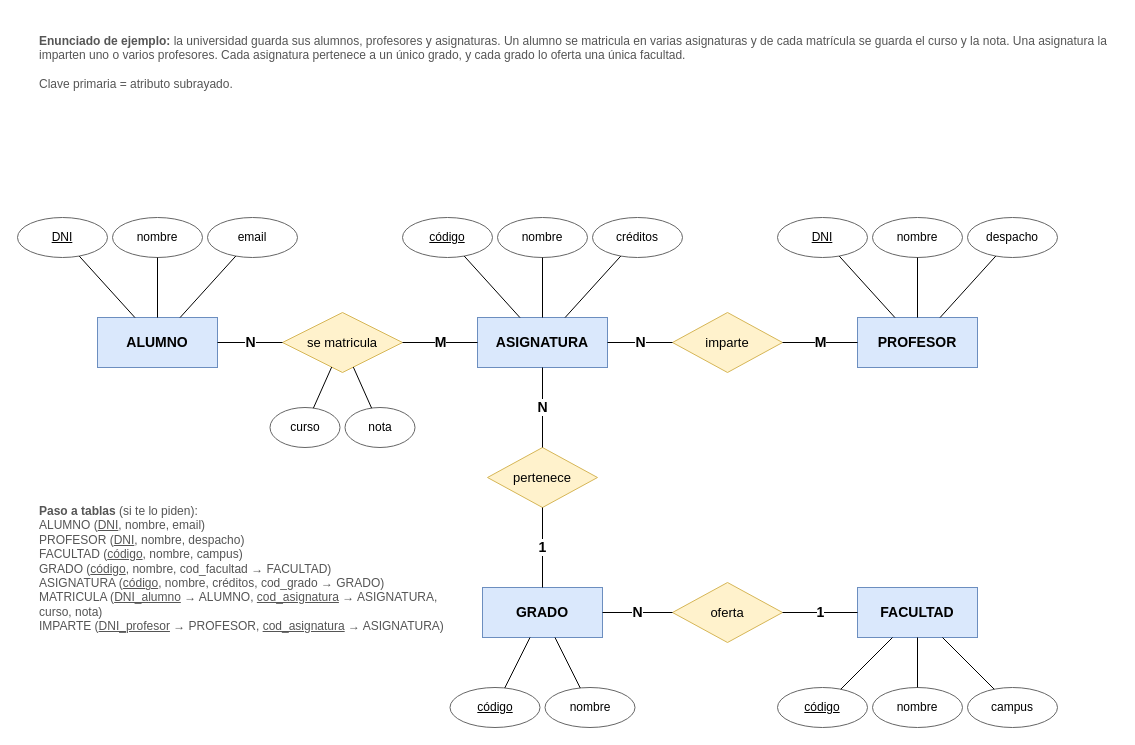
Above: diagramas/ejemplo-er-universidad.drawio in fran1234567890javier-art/practica2-latex (draw.io), before the change. Source tidied: cells renumbered, new cells numbered last; positions are measured from the earlier drawing's top-left corner, leaving out a move shared by most shapes. Both pictures are drawn from the tidied source at 100%, with x=0, y=0 at pixel (17, 27).
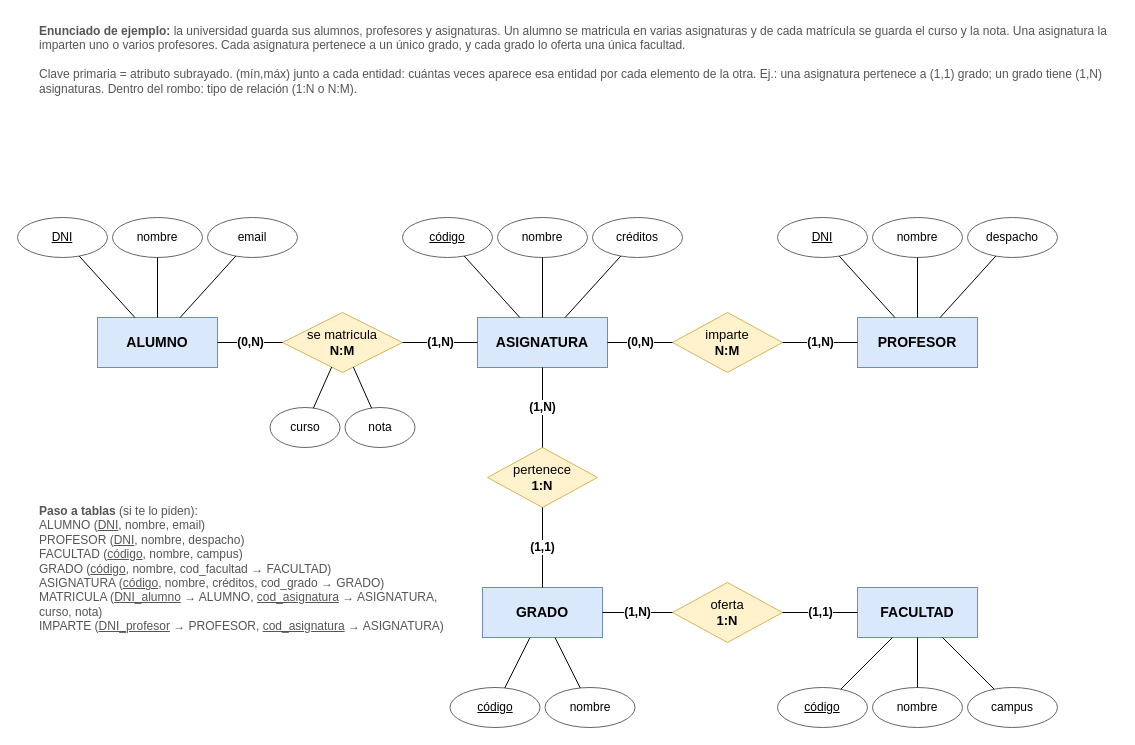
The same page after the edit.

Commit message (it also covers changes not shown here):
Diagramas E-R: cardinalidades con notación (mín,máx)

Unchanged cells that the change refers to:
```xml
<mxCell id="2" value="ALUMNO" style="rounded=0;whiteSpace=wrap;html=1;fillColor=#dae8fc;strokeColor=#6c8ebf;fontStyle=1;fontSize=14;" parent="1" vertex="1">
  <mxGeometry x="80" y="290" width="120" height="50" as="geometry" />
</mxCell>
<mxCell id="4" value="ASIGNATURA" style="rounded=0;whiteSpace=wrap;html=1;fillColor=#dae8fc;strokeColor=#6c8ebf;fontStyle=1;fontSize=14;" parent="1" vertex="1">
  <mxGeometry x="460" y="290" width="130" height="50" as="geometry" />
</mxCell>
<mxCell id="6" value="PROFESOR" style="rounded=0;whiteSpace=wrap;html=1;fillColor=#dae8fc;strokeColor=#6c8ebf;fontStyle=1;fontSize=14;" parent="1" vertex="1">
  <mxGeometry x="840" y="290" width="120" height="50" as="geometry" />
</mxCell>
<mxCell id="8" value="GRADO" style="rounded=0;whiteSpace=wrap;html=1;fillColor=#dae8fc;strokeColor=#6c8ebf;fontStyle=1;fontSize=14;" parent="1" vertex="1">
  <mxGeometry x="465" y="560" width="120" height="50" as="geometry" />
</mxCell>
<mxCell id="10" value="FACULTAD" style="rounded=0;whiteSpace=wrap;html=1;fillColor=#dae8fc;strokeColor=#6c8ebf;fontStyle=1;fontSize=14;" parent="1" vertex="1">
  <mxGeometry x="840" y="560" width="120" height="50" as="geometry" />
</mxCell>
```

The edit, as a diff of the source:
```diff
@@
-    <mxCell id="3" value="se matricula" style="rhombus;whiteSpace=wrap;html=1;fillColor=#fff2cc;strokeColor=#d6b656;fontSize=13;" parent="1" vertex="1">
+    <mxCell id="3" value="se matricula&lt;br&gt;&lt;b&gt;N:M&lt;/b&gt;" style="rhombus;whiteSpace=wrap;html=1;fillColor=#fff2cc;strokeColor=#d6b656;fontSize=13;" parent="1" vertex="1">
       <mxGeometry x="265" y="285" width="120" height="60" as="geometry" />
     </mxCell>
@@
-    <mxCell id="5" value="imparte" style="rhombus;whiteSpace=wrap;html=1;fillColor=#fff2cc;strokeColor=#d6b656;fontSize=13;" parent="1" vertex="1">
+    <mxCell id="5" value="imparte&lt;br&gt;&lt;b&gt;N:M&lt;/b&gt;" style="rhombus;whiteSpace=wrap;html=1;fillColor=#fff2cc;strokeColor=#d6b656;fontSize=13;" parent="1" vertex="1">
       <mxGeometry x="655" y="285" width="110" height="60" as="geometry" />
     </mxCell>
@@
-    <mxCell id="7" value="pertenece" style="rhombus;whiteSpace=wrap;html=1;fillColor=#fff2cc;strokeColor=#d6b656;fontSize=13;" parent="1" vertex="1">
+    <mxCell id="7" value="pertenece&lt;br&gt;&lt;b&gt;1:N&lt;/b&gt;" style="rhombus;whiteSpace=wrap;html=1;fillColor=#fff2cc;strokeColor=#d6b656;fontSize=13;" parent="1" vertex="1">
       <mxGeometry x="470" y="420" width="110" height="60" as="geometry" />
     </mxCell>
@@
-    <mxCell id="9" value="oferta" style="rhombus;whiteSpace=wrap;html=1;fillColor=#fff2cc;strokeColor=#d6b656;fontSize=13;" parent="1" vertex="1">
+    <mxCell id="9" value="oferta&lt;br&gt;&lt;b&gt;1:N&lt;/b&gt;" style="rhombus;whiteSpace=wrap;html=1;fillColor=#fff2cc;strokeColor=#d6b656;fontSize=13;" parent="1" vertex="1">
       <mxGeometry x="655" y="555" width="110" height="60" as="geometry" />
     </mxCell>
@@
-    <mxCell id="11" value="N" style="endArrow=none;html=1;fontSize=14;fontStyle=1;" parent="1" edge="1" source="2" target="3">
+    <mxCell id="11" value="(0,N)" style="endArrow=none;html=1;fontSize=12;fontStyle=1;labelBackgroundColor=#ffffff;" parent="1" edge="1" source="2" target="3">
       <mxGeometry relative="1" as="geometry" />
     </mxCell>
-    <mxCell id="12" value="M" style="endArrow=none;html=1;fontSize=14;fontStyle=1;" parent="1" edge="1" source="3" target="4">
+    <mxCell id="12" value="(1,N)" style="endArrow=none;html=1;fontSize=12;fontStyle=1;labelBackgroundColor=#ffffff;" parent="1" edge="1" source="3" target="4">
       <mxGeometry relative="1" as="geometry" />
     </mxCell>
-    <mxCell id="13" value="N" style="endArrow=none;html=1;fontSize=14;fontStyle=1;" parent="1" edge="1" source="4" target="5">
+    <mxCell id="13" value="(0,N)" style="endArrow=none;html=1;fontSize=12;fontStyle=1;labelBackgroundColor=#ffffff;" parent="1" edge="1" source="4" target="5">
       <mxGeometry relative="1" as="geometry" />
     </mxCell>
-    <mxCell id="14" value="M" style="endArrow=none;html=1;fontSize=14;fontStyle=1;" parent="1" edge="1" source="5" target="6">
+    <mxCell id="14" value="(1,N)" style="endArrow=none;html=1;fontSize=12;fontStyle=1;labelBackgroundColor=#ffffff;" parent="1" edge="1" source="5" target="6">
       <mxGeometry relative="1" as="geometry" />
     </mxCell>
-    <mxCell id="15" value="N" style="endArrow=none;html=1;fontSize=14;fontStyle=1;" parent="1" edge="1" source="4" target="7">
+    <mxCell id="15" value="(1,N)" style="endArrow=none;html=1;fontSize=12;fontStyle=1;labelBackgroundColor=#ffffff;" parent="1" edge="1" source="4" target="7">
       <mxGeometry relative="1" as="geometry" />
     </mxCell>
-    <mxCell id="16" value="1" style="endArrow=none;html=1;fontSize=14;fontStyle=1;" parent="1" edge="1" source="7" target="8">
+    <mxCell id="16" value="(1,1)" style="endArrow=none;html=1;fontSize=12;fontStyle=1;labelBackgroundColor=#ffffff;" parent="1" edge="1" source="7" target="8">
       <mxGeometry relative="1" as="geometry" />
     </mxCell>
-    <mxCell id="17" value="N" style="endArrow=none;html=1;fontSize=14;fontStyle=1;" parent="1" edge="1" source="8" target="9">
+    <mxCell id="17" value="(1,N)" style="endArrow=none;html=1;fontSize=12;fontStyle=1;labelBackgroundColor=#ffffff;" parent="1" edge="1" source="8" target="9">
       <mxGeometry relative="1" as="geometry" />
     </mxCell>
-    <mxCell id="18" value="1" style="endArrow=none;html=1;fontSize=14;fontStyle=1;" parent="1" edge="1" source="9" target="10">
+    <mxCell id="18" value="(1,1)" style="endArrow=none;html=1;fontSize=12;fontStyle=1;labelBackgroundColor=#ffffff;" parent="1" edge="1" source="9" target="10">
       <mxGeometry relative="1" as="geometry" />
     </mxCell>
@@
-    <mxCell id="51" value="&lt;b&gt;Enunciado de ejemplo:&lt;/b&gt; la universidad guarda sus alumnos, profesores y asignaturas. Un alumno se matricula en varias asignaturas y de cada matrícula se guarda el curso y la nota. Una asignatura la imparten uno o varios profesores. Cada asignatura pertenece a un único grado, y cada grado lo oferta una única facultad.&lt;br&gt;&lt;br&gt;Clave primaria = atributo subrayado." style="text;html=1;align=left;verticalAlign=top;whiteSpace=wrap;fontSize=12;fontColor=#555555;" parent="1" vertex="1">
-      <mxGeometry x="20" width="1080" height="70" as="geometry" />
+    <mxCell id="51" value="&lt;b&gt;Enunciado de ejemplo:&lt;/b&gt; la universidad guarda sus alumnos, profesores y asignaturas. Un alumno se matricula en varias asignaturas y de cada matrícula se guarda el curso y la nota. Una asignatura la imparten uno o varios profesores. Cada asignatura pertenece a un único grado, y cada grado lo oferta una única facultad.&lt;br&gt;&lt;br&gt;Clave primaria = atributo subrayado. (mín,máx) junto a cada entidad: cuántas veces aparece esa entidad por cada elemento de la otra. Ej.: una asignatura pertenece a (1,1) grado; un grado tiene (1,N) asignaturas. Dentro del rombo: tipo de relación (1:N o N:M)." style="text;html=1;align=left;verticalAlign=top;whiteSpace=wrap;fontSize=12;fontColor=#555555;" parent="1" vertex="1">
+      <mxGeometry x="20" y="-10" width="1080" height="100" as="geometry" />
     </mxCell>
```
